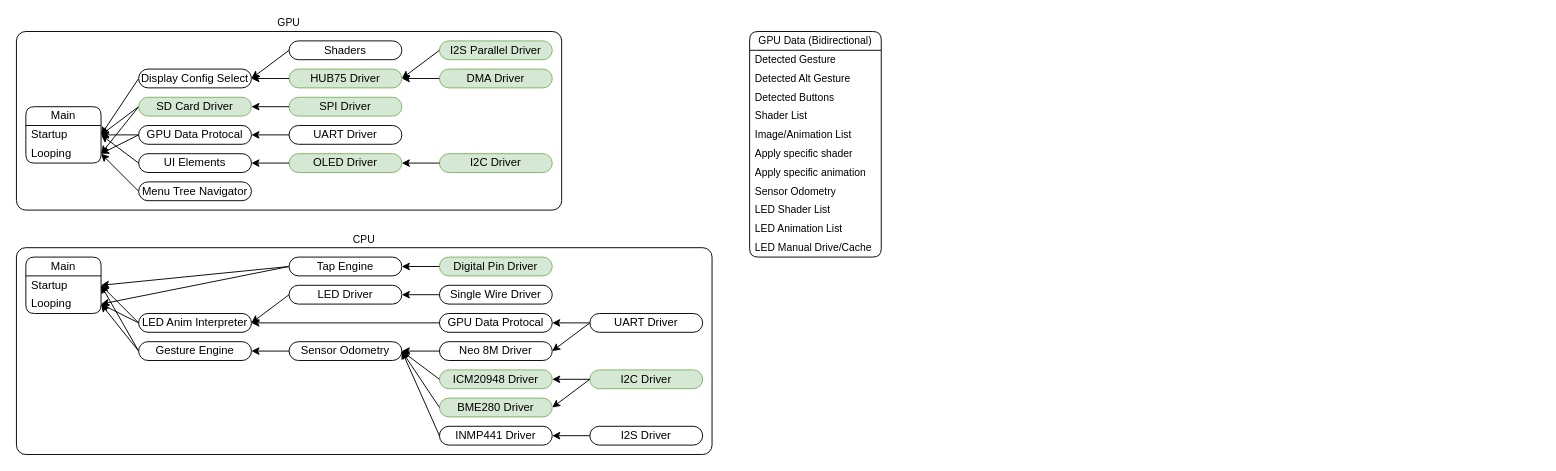
Earlier version of the draw.io diagram page "Alpha Release Stack" (5 of 6) of Documents/Software Diagram (DX.3).drawio (Cyberspecies/Synth-Head). Source tidied: cells renumbered, new cells numbered last; positions are measured from the earlier drawing's top-left corner, leaving out a move shared by most shapes. Both pictures are drawn from the tidied source at 94%, with x=0, y=0 at pixel (16, 31).
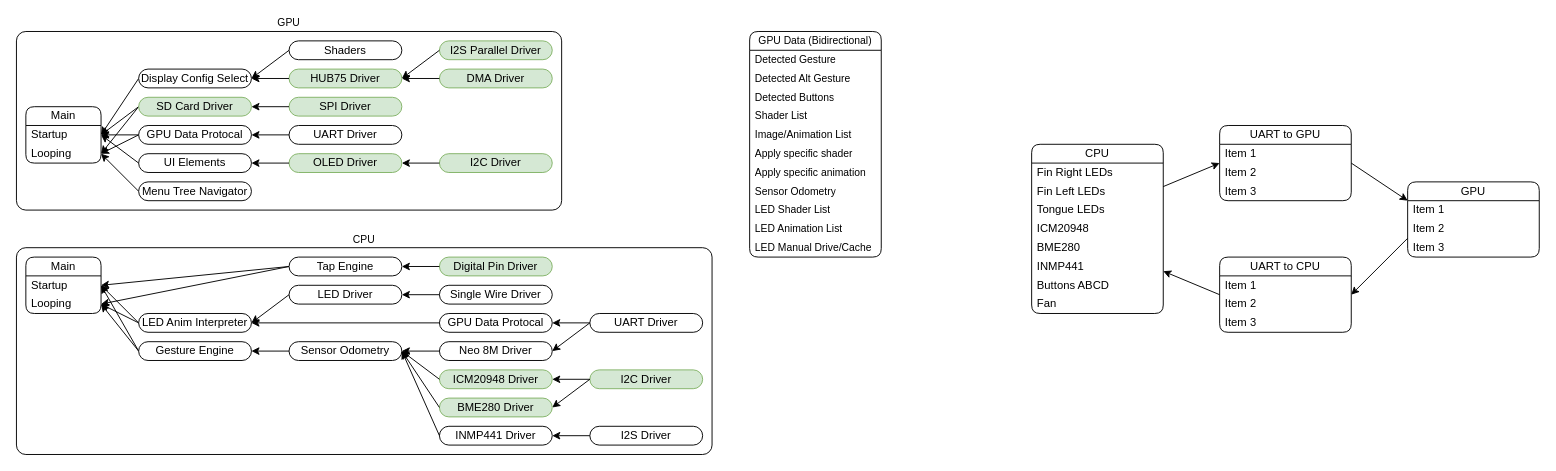
Above is the later version.

What changed in the source:
```diff
@@
+    <mxCell id="85" style="edgeStyle=none;shape=connector;rounded=0;jettySize=auto;html=1;exitX=1;exitY=0.25;exitDx=0;exitDy=0;entryX=0;entryY=0.5;entryDx=0;entryDy=0;strokeColor=default;align=center;verticalAlign=middle;fontFamily=Helvetica;fontSize=11;fontColor=default;labelBackgroundColor=default;endArrow=classic;" parent="1" edge="1" source="86" target="101">
+      <mxGeometry relative="1" as="geometry" />
+    </mxCell>
+    <mxCell id="86" value="CPU" style="swimlane;fontStyle=0;horizontal=1;startSize=20;whiteSpace=wrap;html=1;rounded=1;" parent="1" vertex="1">
+      <mxGeometry x="1080" y="120" width="140" height="180" as="geometry" />
+    </mxCell>
+    <mxCell id="87" value="Fin Right LEDs" style="text;strokeColor=none;fillColor=none;align=left;verticalAlign=middle;spacingLeft=4;spacingRight=4;overflow=hidden;whiteSpace=wrap;html=1;" parent="86" vertex="1">
+      <mxGeometry y="20" width="140" height="20" as="geometry" />
+    </mxCell>
+    <mxCell id="88" value="Fin Left LEDs" style="text;strokeColor=none;fillColor=none;align=left;verticalAlign=middle;spacingLeft=4;spacingRight=4;overflow=hidden;whiteSpace=wrap;html=1;" parent="86" vertex="1">
+      <mxGeometry y="40" width="140" height="20" as="geometry" />
+    </mxCell>
+    <mxCell id="89" value="Tongue LEDs" style="text;strokeColor=none;fillColor=none;align=left;verticalAlign=middle;spacingLeft=4;spacingRight=4;overflow=hidden;whiteSpace=wrap;html=1;" parent="86" vertex="1">
+      <mxGeometry y="60" width="140" height="20" as="geometry" />
+    </mxCell>
+    <mxCell id="90" value="ICM20948" style="text;strokeColor=none;fillColor=none;align=left;verticalAlign=middle;spacingLeft=4;spacingRight=4;overflow=hidden;whiteSpace=wrap;html=1;" parent="86" vertex="1">
+      <mxGeometry y="80" width="140" height="20" as="geometry" />
+    </mxCell>
+    <mxCell id="91" value="BME280" style="text;strokeColor=none;fillColor=none;align=left;verticalAlign=middle;spacingLeft=4;spacingRight=4;overflow=hidden;whiteSpace=wrap;html=1;" parent="86" vertex="1">
+      <mxGeometry y="100" width="140" height="20" as="geometry" />
+    </mxCell>
+    <mxCell id="92" value="INMP441" style="text;strokeColor=none;fillColor=none;align=left;verticalAlign=middle;spacingLeft=4;spacingRight=4;overflow=hidden;whiteSpace=wrap;html=1;" parent="86" vertex="1">
+      <mxGeometry y="120" width="140" height="20" as="geometry" />
+    </mxCell>
+    <mxCell id="93" value="Buttons ABCD" style="text;strokeColor=none;fillColor=none;align=left;verticalAlign=middle;spacingLeft=4;spacingRight=4;overflow=hidden;whiteSpace=wrap;html=1;" parent="86" vertex="1">
+      <mxGeometry y="140" width="140" height="20" as="geometry" />
+    </mxCell>
+    <mxCell id="94" value="Fan" style="text;strokeColor=none;fillColor=none;align=left;verticalAlign=middle;spacingLeft=4;spacingRight=4;overflow=hidden;whiteSpace=wrap;html=1;" parent="86" vertex="1">
+      <mxGeometry y="160" width="140" height="20" as="geometry" />
+    </mxCell>
+    <mxCell id="95" style="edgeStyle=none;shape=connector;rounded=0;jettySize=auto;html=1;exitX=0;exitY=0.75;exitDx=0;exitDy=0;entryX=1;entryY=0.5;entryDx=0;entryDy=0;strokeColor=default;align=center;verticalAlign=middle;fontFamily=Helvetica;fontSize=11;fontColor=default;labelBackgroundColor=default;endArrow=classic;" parent="1" edge="1" source="96" target="106">
+      <mxGeometry relative="1" as="geometry" />
+    </mxCell>
+    <mxCell id="96" value="GPU" style="swimlane;fontStyle=0;horizontal=1;startSize=20;whiteSpace=wrap;html=1;rounded=1;" parent="1" vertex="1">
+      <mxGeometry x="1480" y="160" width="140" height="80" as="geometry" />
+    </mxCell>
+    <mxCell id="97" value="Item 1" style="text;strokeColor=none;fillColor=none;align=left;verticalAlign=middle;spacingLeft=4;spacingRight=4;overflow=hidden;whiteSpace=wrap;html=1;" parent="96" vertex="1">
+      <mxGeometry y="20" width="140" height="20" as="geometry" />
+    </mxCell>
+    <mxCell id="98" value="Item 2" style="text;strokeColor=none;fillColor=none;align=left;verticalAlign=middle;spacingLeft=4;spacingRight=4;overflow=hidden;whiteSpace=wrap;html=1;" parent="96" vertex="1">
+      <mxGeometry y="40" width="140" height="20" as="geometry" />
+    </mxCell>
+    <mxCell id="99" value="Item 3" style="text;strokeColor=none;fillColor=none;align=left;verticalAlign=middle;spacingLeft=4;spacingRight=4;overflow=hidden;whiteSpace=wrap;html=1;" parent="96" vertex="1">
+      <mxGeometry y="60" width="140" height="20" as="geometry" />
+    </mxCell>
+    <mxCell id="100" style="edgeStyle=none;shape=connector;rounded=0;jettySize=auto;html=1;exitX=1;exitY=0.5;exitDx=0;exitDy=0;entryX=0;entryY=0.25;entryDx=0;entryDy=0;strokeColor=default;align=center;verticalAlign=middle;fontFamily=Helvetica;fontSize=11;fontColor=default;labelBackgroundColor=default;endArrow=classic;" parent="1" edge="1" source="101" target="96">
+      <mxGeometry relative="1" as="geometry" />
+    </mxCell>
+    <mxCell id="101" value="UART to GPU" style="swimlane;fontStyle=0;horizontal=1;startSize=20;whiteSpace=wrap;html=1;rounded=1;" parent="1" vertex="1">
+      <mxGeometry x="1280" y="100" width="140" height="80" as="geometry" />
+    </mxCell>
+    <mxCell id="102" value="Item 1" style="text;strokeColor=none;fillColor=none;align=left;verticalAlign=middle;spacingLeft=4;spacingRight=4;overflow=hidden;whiteSpace=wrap;html=1;" parent="101" vertex="1">
+      <mxGeometry y="20" width="140" height="20" as="geometry" />
+    </mxCell>
+    <mxCell id="103" value="Item 2" style="text;strokeColor=none;fillColor=none;align=left;verticalAlign=middle;spacingLeft=4;spacingRight=4;overflow=hidden;whiteSpace=wrap;html=1;" parent="101" vertex="1">
+      <mxGeometry y="40" width="140" height="20" as="geometry" />
+    </mxCell>
+    <mxCell id="104" value="Item 3" style="text;strokeColor=none;fillColor=none;align=left;verticalAlign=middle;spacingLeft=4;spacingRight=4;overflow=hidden;whiteSpace=wrap;html=1;" parent="101" vertex="1">
+      <mxGeometry y="60" width="140" height="20" as="geometry" />
+    </mxCell>
+    <mxCell id="105" style="edgeStyle=none;shape=connector;rounded=0;jettySize=auto;html=1;exitX=0;exitY=0.5;exitDx=0;exitDy=0;entryX=1;entryY=0.75;entryDx=0;entryDy=0;strokeColor=default;align=center;verticalAlign=middle;fontFamily=Helvetica;fontSize=11;fontColor=default;labelBackgroundColor=default;endArrow=classic;" parent="1" edge="1" source="106" target="86">
+      <mxGeometry relative="1" as="geometry" />
+    </mxCell>
+    <mxCell id="106" value="UART to CPU" style="swimlane;fontStyle=0;horizontal=1;startSize=20;whiteSpace=wrap;html=1;rounded=1;" parent="1" vertex="1">
+      <mxGeometry x="1280" y="240" width="140" height="80" as="geometry" />
+    </mxCell>
+    <mxCell id="107" value="Item 1" style="text;strokeColor=none;fillColor=none;align=left;verticalAlign=middle;spacingLeft=4;spacingRight=4;overflow=hidden;whiteSpace=wrap;html=1;" parent="106" vertex="1">
+      <mxGeometry y="20" width="140" height="20" as="geometry" />
+    </mxCell>
+    <mxCell id="108" value="Item 2" style="text;strokeColor=none;fillColor=none;align=left;verticalAlign=middle;spacingLeft=4;spacingRight=4;overflow=hidden;whiteSpace=wrap;html=1;" parent="106" vertex="1">
+      <mxGeometry y="40" width="140" height="20" as="geometry" />
+    </mxCell>
+    <mxCell id="109" value="Item 3" style="text;strokeColor=none;fillColor=none;align=left;verticalAlign=middle;spacingLeft=4;spacingRight=4;overflow=hidden;whiteSpace=wrap;html=1;" parent="106" vertex="1">
+      <mxGeometry y="60" width="140" height="20" as="geometry" />
+    </mxCell>
```
